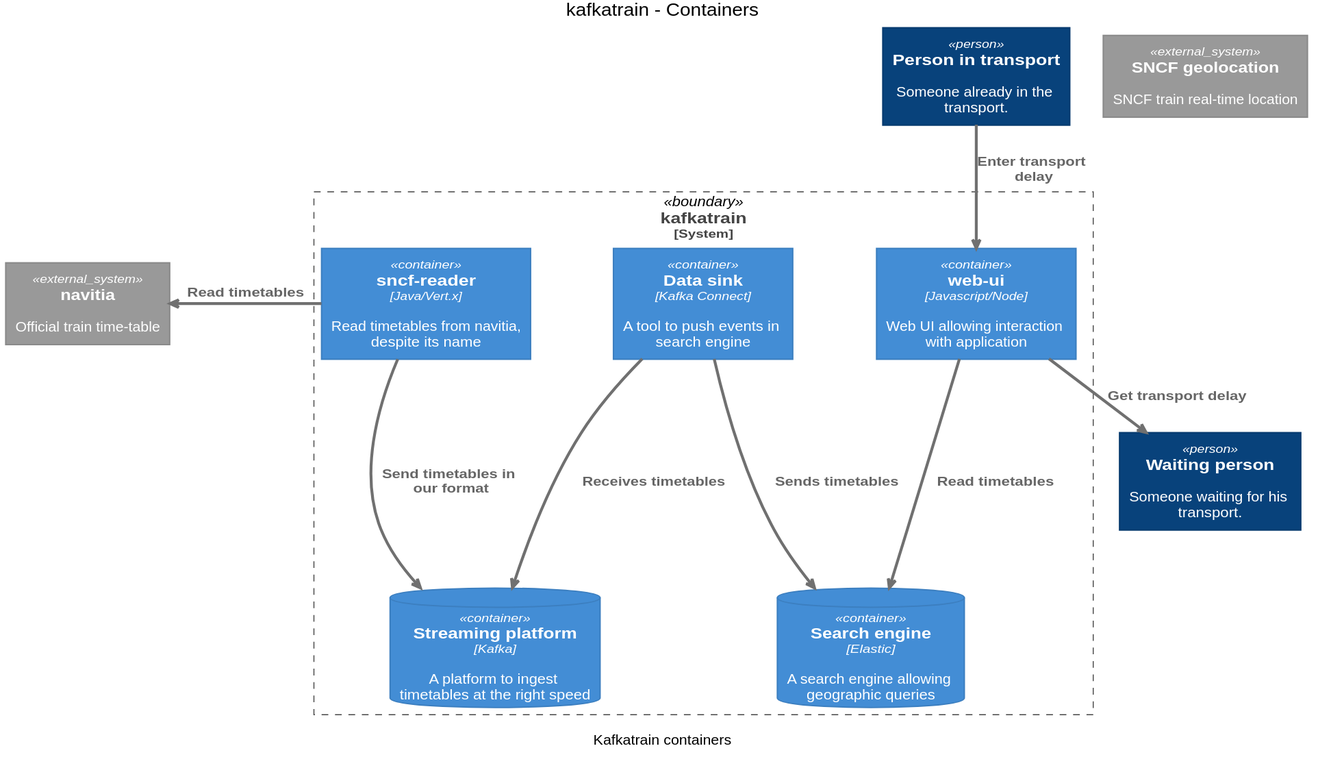
Earlier version of the PlantUML export images/kafkatrain.containers.svg (Riduidel/agile-architecture-documentation-example).
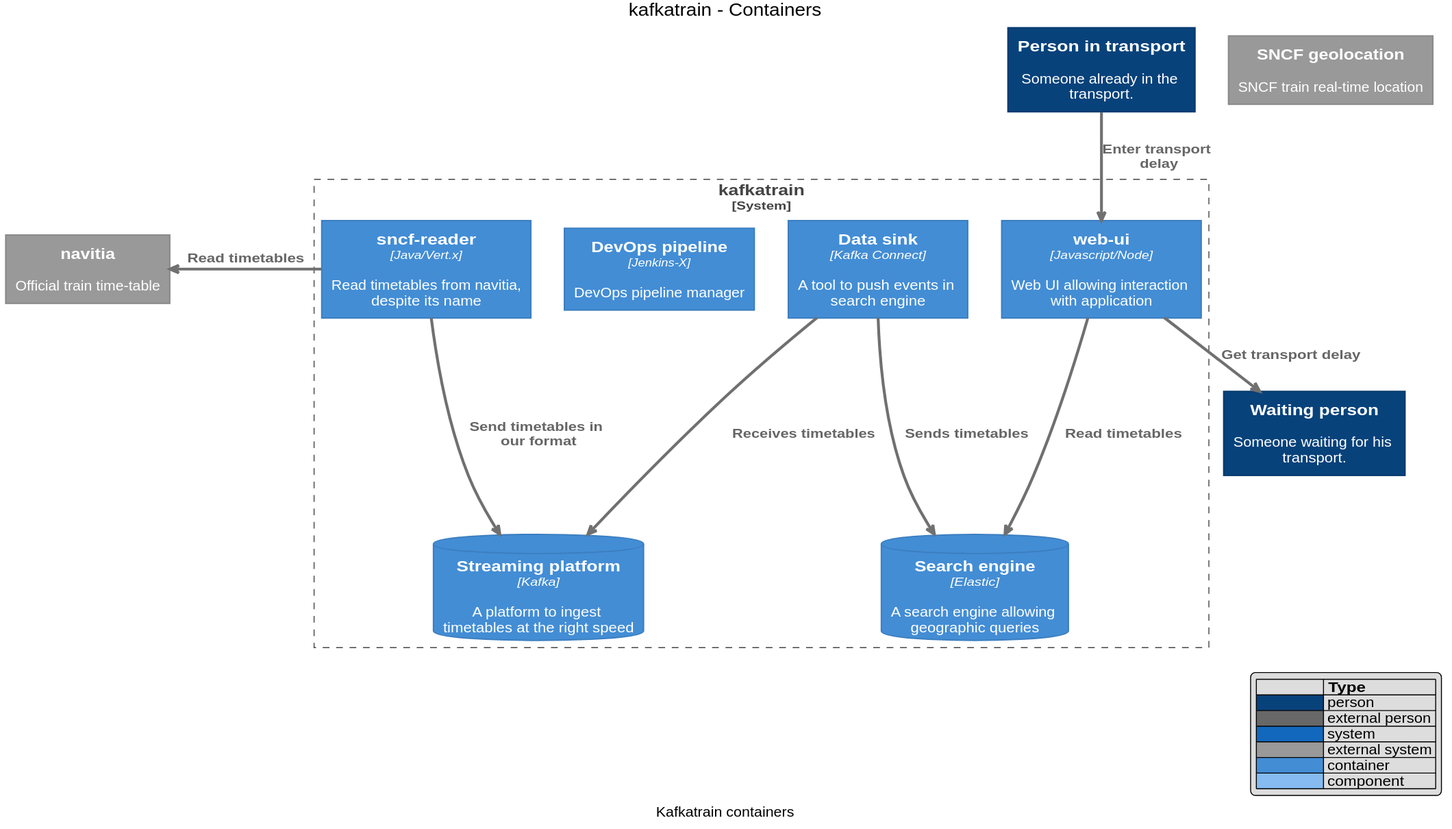
Later version of the same file.

The edit, as a diff of the source:
```diff
@@ -443,6 +443,461 @@
 
 
 
+
+
+
+
+
+skinparam defaultTextAlignment center
+
+skinparam wrapWidth 200
+skinparam maxMessageSize 150
+
+skinparam rectangle {
+    StereotypeFontSize 12
+    shadowing false
+}
+
+skinparam database {
+    StereotypeFontSize 12
+    shadowing false
+}
+
+skinparam Arrow {
+    Color #666666
+    FontColor #666666
+    FontSize 12
+}
+
+skinparam rectangle<<boundary>> {
+    Shadowing false
+    StereotypeFontSize 0
+    FontColor #444444
+    BorderColor #444444
+    BorderStyle dashed
+}
+
+
+
+
+
+
+
+
+
+
+
+
+
+
+
+
+
+
+
+
+
+
+skinparam defaultTextAlignment center
+
+skinparam wrapWidth 200
+skinparam maxMessageSize 150
+
+skinparam rectangle {
+    StereotypeFontSize 12
+    shadowing false
+}
+
+skinparam database {
+    StereotypeFontSize 12
+    shadowing false
+}
+
+skinparam Arrow {
+    Color #666666
+    FontColor #666666
+    FontSize 12
+}
+
+skinparam rectangle<<boundary>> {
+    Shadowing false
+    StereotypeFontSize 0
+    FontColor #444444
+    BorderColor #444444
+    BorderStyle dashed
+}
+
+
+
+
+
+
+
+
+
+
+
+
+
+
+
+
+
+
+
+
+
+
+skinparam rectangle<<person>> {
+    StereotypeFontColor #FFFFFF
+    FontColor #FFFFFF
+    BackgroundColor #08427B
+    BorderColor #073B6F
+}
+
+skinparam rectangle<<external_person>> {
+    StereotypeFontColor #FFFFFF
+    FontColor #FFFFFF
+    BackgroundColor #686868
+    BorderColor #8A8A8A
+}
+
+skinparam rectangle<<system>> {
+    StereotypeFontColor #FFFFFF
+    FontColor #FFFFFF
+    BackgroundColor #1168BD
+    BorderColor #3C7FC0
+}
+
+skinparam rectangle<<external_system>> {
+    StereotypeFontColor #FFFFFF
+    FontColor #FFFFFF
+    BackgroundColor #999999
+    BorderColor #8A8A8A
+}
+
+skinparam database<<system>> {
+    StereotypeFontColor #FFFFFF
+    FontColor #FFFFFF
+    BackgroundColor #1168BD
+    BorderColor #3C7FC0
+}
+
+skinparam database<<external_system>> {
+    StereotypeFontColor #FFFFFF
+    FontColor #FFFFFF
+    BackgroundColor #999999
+    BorderColor #8A8A8A
+}
+
+
+
+
+
+
+
+
+
+
+
+
+
+
+
+
+skinparam defaultTextAlignment center
+
+skinparam wrapWidth 200
+skinparam maxMessageSize 150
+
+skinparam rectangle {
+    StereotypeFontSize 12
+    shadowing false
+}
+
+skinparam database {
+    StereotypeFontSize 12
+    shadowing false
+}
+
+skinparam Arrow {
+    Color #666666
+    FontColor #666666
+    FontSize 12
+}
+
+skinparam rectangle<<boundary>> {
+    Shadowing false
+    StereotypeFontSize 0
+    FontColor #444444
+    BorderColor #444444
+    BorderStyle dashed
+}
+
+
+
+
+
+
+
+
+
+
+
+
+
+
+
+
+
+
+
+
+
+
+skinparam rectangle<<person>> {
+    StereotypeFontColor #FFFFFF
+    FontColor #FFFFFF
+    BackgroundColor #08427B
+    BorderColor #073B6F
+}
+
+skinparam rectangle<<external_person>> {
+    StereotypeFontColor #FFFFFF
+    FontColor #FFFFFF
+    BackgroundColor #686868
+    BorderColor #8A8A8A
+}
+
+skinparam rectangle<<system>> {
+    StereotypeFontColor #FFFFFF
+    FontColor #FFFFFF
+    BackgroundColor #1168BD
+    BorderColor #3C7FC0
+}
+
+skinparam rectangle<<external_system>> {
+    StereotypeFontColor #FFFFFF
+    FontColor #FFFFFF
+    BackgroundColor #999999
+    BorderColor #8A8A8A
+}
+
+skinparam database<<system>> {
+    StereotypeFontColor #FFFFFF
+    FontColor #FFFFFF
+    BackgroundColor #1168BD
+    BorderColor #3C7FC0
+}
+
+skinparam database<<external_system>> {
+    StereotypeFontColor #FFFFFF
+    FontColor #FFFFFF
+    BackgroundColor #999999
+    BorderColor #8A8A8A
+}
+
+
+
+
+
+
+
+
+
+
+
+
+
+
+
+
+skinparam rectangle<<container>> {
+    StereotypeFontColor #FFFFFF
+    FontColor #FFFFFF
+    BackgroundColor #438DD5
+    BorderColor #3C7FC0
+}
+
+skinparam database<<container>> {
+    StereotypeFontColor #FFFFFF
+    FontColor #FFFFFF
+    BackgroundColor #438DD5
+    BorderColor #3C7FC0
+}
+
+
+
+
+
+
+
+
+
+
+
+
+skinparam defaultTextAlignment center
+
+skinparam wrapWidth 200
+skinparam maxMessageSize 150
+
+skinparam rectangle {
+    StereotypeFontSize 12
+    shadowing false
+}
+
+skinparam database {
+    StereotypeFontSize 12
+    shadowing false
+}
+
+skinparam Arrow {
+    Color #666666
+    FontColor #666666
+    FontSize 12
+}
+
+skinparam rectangle<<boundary>> {
+    Shadowing false
+    StereotypeFontSize 0
+    FontColor #444444
+    BorderColor #444444
+    BorderStyle dashed
+}
+
+
+
+
+
+
+
+
+
+
+
+
+
+
+
+
+
+
+
+
+
+
+skinparam rectangle<<person>> {
+    StereotypeFontColor #FFFFFF
+    FontColor #FFFFFF
+    BackgroundColor #08427B
+    BorderColor #073B6F
+}
+
+skinparam rectangle<<external_person>> {
+    StereotypeFontColor #FFFFFF
+    FontColor #FFFFFF
+    BackgroundColor #686868
+    BorderColor #8A8A8A
+}
+
+skinparam rectangle<<system>> {
+    StereotypeFontColor #FFFFFF
+    FontColor #FFFFFF
+    BackgroundColor #1168BD
+    BorderColor #3C7FC0
+}
+
+skinparam rectangle<<external_system>> {
+    StereotypeFontColor #FFFFFF
+    FontColor #FFFFFF
+    BackgroundColor #999999
+    BorderColor #8A8A8A
+}
+
+skinparam database<<system>> {
+    StereotypeFontColor #FFFFFF
+    FontColor #FFFFFF
+    BackgroundColor #1168BD
+    BorderColor #3C7FC0
+}
+
+skinparam database<<external_system>> {
+    StereotypeFontColor #FFFFFF
+    FontColor #FFFFFF
+    BackgroundColor #999999
+    BorderColor #8A8A8A
+}
+
+
+
+
+
+
+
+
+
+
+
+
+
+
+
+
+skinparam rectangle<<container>> {
+    StereotypeFontColor #FFFFFF
+    FontColor #FFFFFF
+    BackgroundColor #438DD5
+    BorderColor #3C7FC0
+}
+
+skinparam database<<container>> {
+    StereotypeFontColor #FFFFFF
+    FontColor #FFFFFF
+    BackgroundColor #438DD5
+    BorderColor #3C7FC0
+}
+
+
+
+
+
+
+
+
+
+
+
+
+skinparam rectangle<<component>> {
+    StereotypeFontColor #FFFFFF
+    FontColor #000000
+    BackgroundColor #85BBF0
+    BorderColor #78A8D8
+}
+
+skinparam database<<component>> {
+    StereotypeFontColor #FFFFFF
+    FontColor #000000
+    BackgroundColor #85BBF0
+    BorderColor #78A8D8
+}
+
+
+
+
+
+hide stereotype
+legend right
+|=              |= Type |
+|<#08427B>      | person |
+|<#686868>      | external person |
+|<#1168BD>   | system |
+|<#999999>      | external system |
+|<#438DD5>   | container |
+|<#85BBF0>   | component |
+endlegend
+
 scale max 2000x2000
 title kafkatrain - Containers
 caption Kafkatrain containers
@@ -465,6 +920,7 @@
 rectangle "==navitia\n\n Official train time-table" <<external_system>> as 6
 rectangle "==kafkatrain\n<size:12>[System]</size>" <<boundary>> as 3_boundary {
   rectangle "==Data sink\n//<size:12>[Kafka Connect]</size>//\n\n A tool to push events in search engine" <<container>> as 15
+  rectangle "==DevOps pipeline\n//<size:12>[Jenkins-X]</size>//\n\n DevOps pipeline manager" <<container>> as 22
   database "==Search engine\n//<size:12>[Elastic]</size>//\n\n A search engine allowing geographic queries" <<container>> as 14
   database "==Streaming platform\n//<size:12>[Kafka]</size>//\n\n A platform to ingest timetables at the right speed" <<container>> as 11
   rectangle "==sncf-reader\n//<size:12>[Java/Vert.x]</size>//\n\n Read timetables from navitia, despite its name" <<container>> as 10
```
